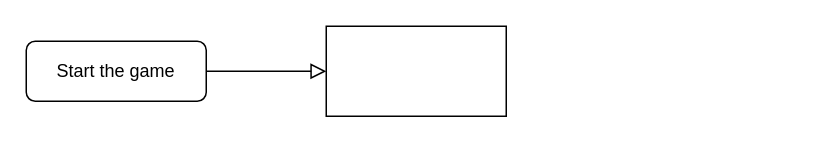
Above: 제목 없는 다이어그램.drawio in EukkMaru/hello-world (draw.io), before the change. Source tidied: cells renumbered, new cells numbered last; positions are measured from the earlier drawing's top-left corner, leaving out a move shared by most shapes. Both pictures are drawn from the tidied source at 150%, with x=0, y=0 at pixel (26, 26).
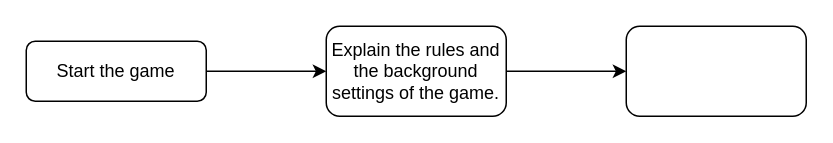
The same diagram, later.

Commit message (it also covers changes not shown here):
제목 없는 다이어그램.drawio 업데이트

The edit, as a diff of the source:
```diff
@@
 <mxGraphModel>
   <root>
     <mxCell id="0" />
     <mxCell id="1" parent="0" />
-    <mxCell id="2" style="rounded=0;html=1;jettySize=auto;fontSize=11;endArrow=block;endFill=0;endSize=8;strokeWidth=1;shadow=0;labelBackgroundColor=none;edgeStyle=orthogonalEdgeStyle;" parent="1" edge="1" source="3">
-      <mxGeometry relative="1" as="geometry">
-        <mxPoint x="200" y="30" as="targetPoint" />
-        <Array as="points">
-          <mxPoint x="190" y="30" />
-        </Array>
-      </mxGeometry>
-    </mxCell>
+    <mxCell id="5" style="edgeStyle=orthogonalEdgeStyle;rounded=0;jettySize=auto;html=1;" parent="1" edge="1" source="3" target="7">
+      <mxGeometry relative="1" as="geometry" />
+    </mxCell>
     <mxCell id="3" value="Start the game" style="rounded=1;whiteSpace=wrap;html=1;fontSize=12;glass=0;strokeWidth=1;shadow=0;" parent="1" vertex="1">
       <mxGeometry y="10" width="120" height="40" as="geometry" />
     </mxCell>
-    <mxCell id="4" style="rounded=0;whiteSpace=wrap;html=1;" parent="1" vertex="1">
-      <mxGeometry x="200" width="120" height="60" as="geometry" />
-    </mxCell>
+    <mxCell id="6" style="edgeStyle=orthogonalEdgeStyle;rounded=0;jettySize=auto;html=1;" parent="1" edge="1" source="7" target="8">
+      <mxGeometry relative="1" as="geometry" />
+    </mxCell>
+    <mxCell id="7" value="Explain the rules and the background settings of the game." style="whiteSpace=wrap;html=1;rounded=1;glass=0;strokeWidth=1;shadow=0;" parent="1" vertex="1">
+      <mxGeometry x="200" width="120" height="60" as="geometry" />
+    </mxCell>
+    <mxCell id="8" style="whiteSpace=wrap;html=1;rounded=1;glass=0;strokeWidth=1;shadow=0;" parent="1" vertex="1">
+      <mxGeometry x="400" width="120" height="60" as="geometry" />
+    </mxCell>
   </root>
 </mxGraphModel>
```
